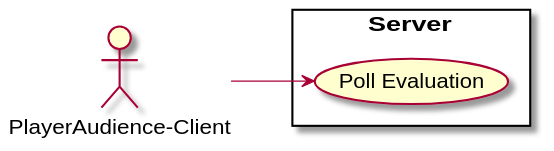
Before: Docs/Technical Specifications/docs/diagrams/Server.svg, a diagram exported from PlantUML (Brotenko/QualityQuest).
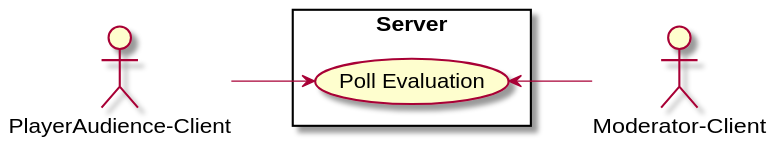
The same diagram one commit later.

Commit message:
changed server usecase diagram

The edit, as a diff of the source:
```diff
@@ -1,9 +1,11 @@
 @startuml
 left to right direction
 actor "PlayerAudience-Client" as AUDC
+actor "Moderator-Client" as MODC
 rectangle "Server" {
 usecase "Poll Evaluation" as PE
 }
 
 AUDC --> PE
+MODC -up-> PE
 @enduml
```
